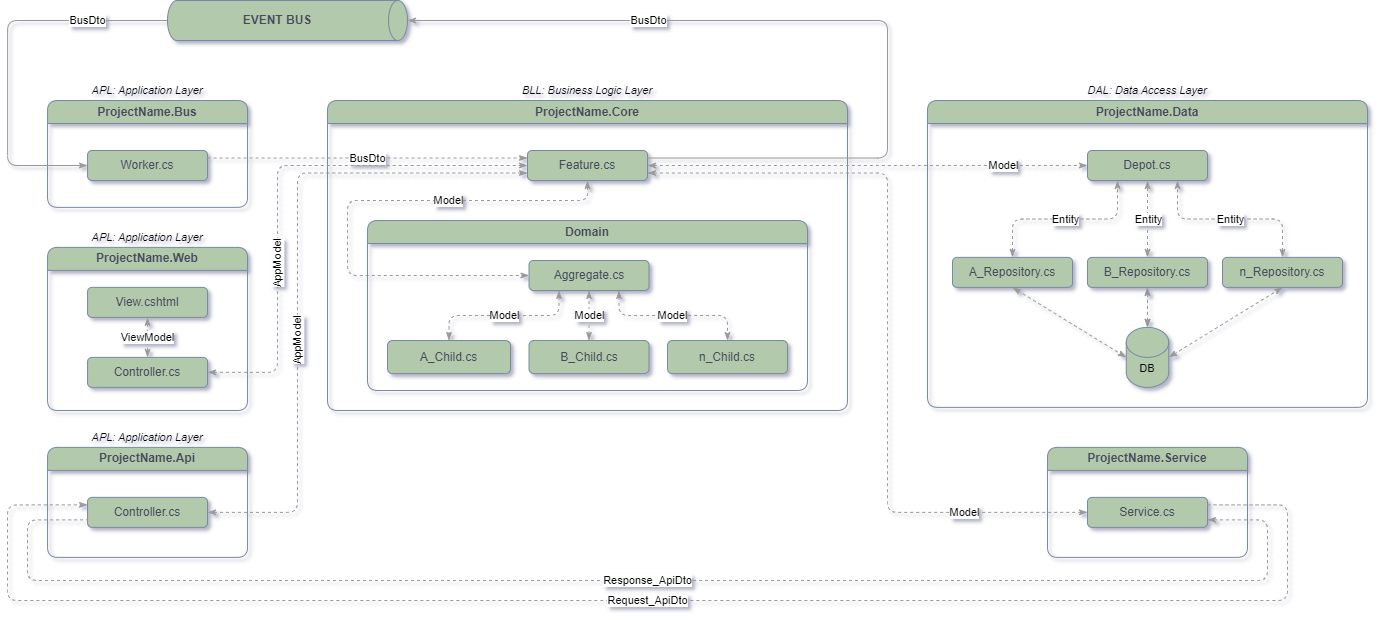
iDoctor1977/MicroServicesTemplate keeps this draw.io diagram as docs/SolutionArchitecture_style.png. Above is the earlier version. Source tidied: cells renumbered, new cells last; positions are measured from the earlier drawing's top-left corner, leaving out a move shared by most shapes.
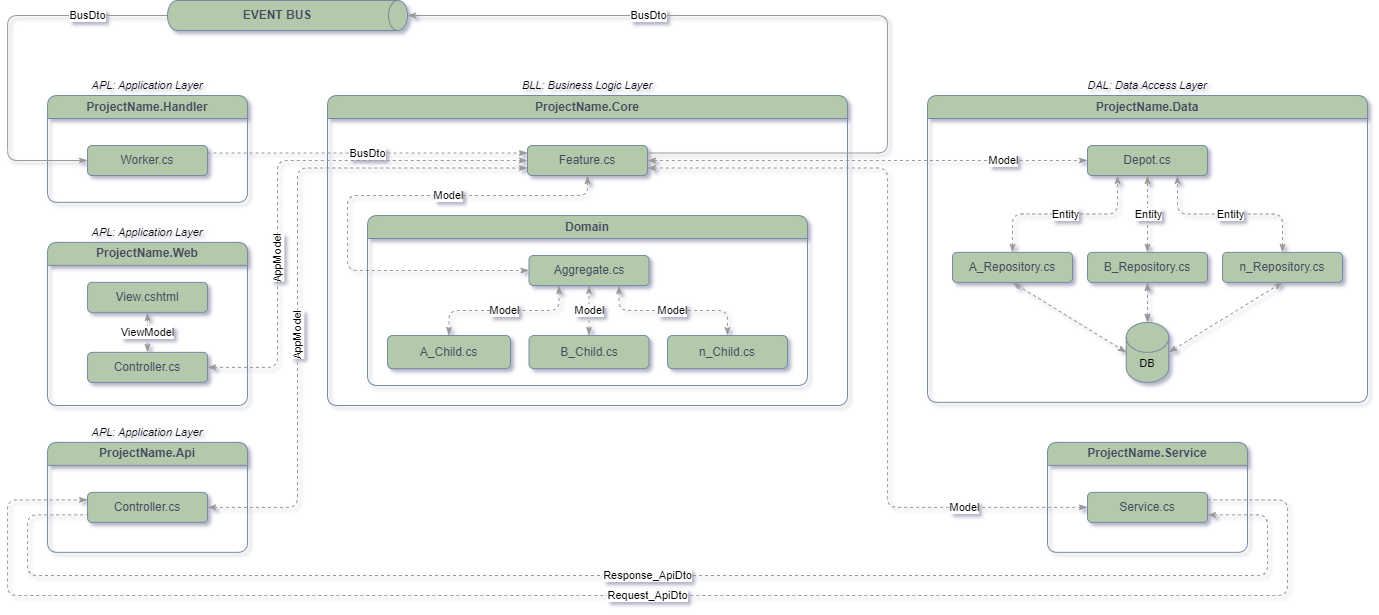
After the commit.

Diff of the diagram source:
```diff
@@ -2,7 +2,7 @@
   <root>
     <mxCell id="0" />
     <mxCell id="1" parent="0" />
-    <mxCell id="2" value="ProjectName.Bus" style="swimlane;whiteSpace=wrap;html=1;fillColor=#B2C9AB;strokeColor=#788AA3;labelBackgroundColor=none;fontColor=#46495D;rounded=1;fontFamily=Helvetica;" parent="1" vertex="1">
+    <mxCell id="2" value="ProjectName.Handler" style="swimlane;whiteSpace=wrap;html=1;fillColor=#B2C9AB;strokeColor=#788AA3;labelBackgroundColor=none;fontColor=#46495D;rounded=1;fontFamily=Helvetica;" parent="1" vertex="1">
       <mxGeometry x="40" y="100" width="200" height="106.9" as="geometry" />
     </mxCell>
     <mxCell id="3" value="Worker.cs" style="rounded=1;whiteSpace=wrap;html=1;labelBackgroundColor=none;fillColor=#B2C9AB;strokeColor=#788AA3;fontColor=#46495D;fontFamily=Helvetica;" parent="2" vertex="1">
@@ -110,7 +110,7 @@
       </mxGeometry>
     </mxCell>
     <mxCell id="34" style="shape=cylinder3;whiteSpace=wrap;html=1;boundedLbl=1;backgroundOutline=1;size=9.499999999999886;strokeColor=#788AA3;fontColor=#46495D;fillColor=#B2C9AB;direction=south;rounded=1;fontFamily=Helvetica;" parent="1" vertex="1">
-      <mxGeometry x="160" width="240" height="40" as="geometry" />
+      <mxGeometry x="160" y="5" width="240" height="30" as="geometry" />
     </mxCell>
     <mxCell id="35" value="&lt;b&gt;EVENT BUS&lt;/b&gt;" style="text;html=1;strokeColor=none;fillColor=none;align=center;verticalAlign=middle;whiteSpace=wrap;rounded=1;fontColor=#46495D;glass=0;shadow=0;fontFamily=Helvetica;" parent="1" vertex="1">
       <mxGeometry x="230" y="5" width="80" height="30" as="geometry" />
```
